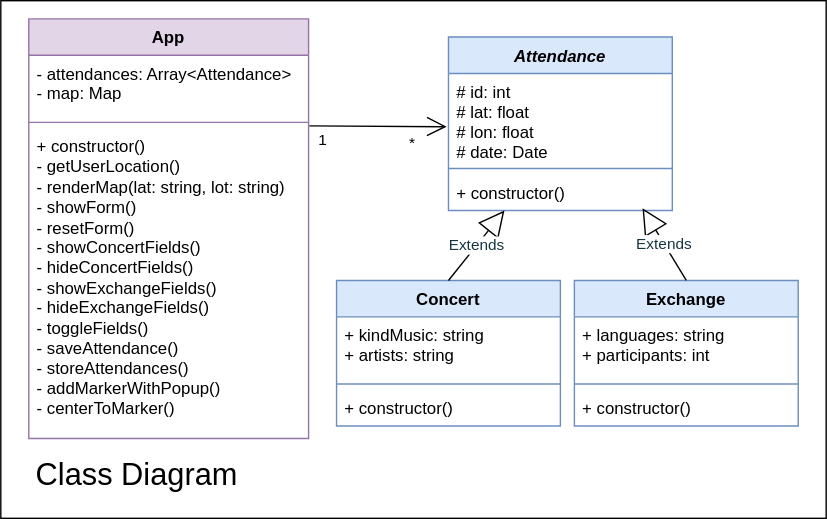
This is class-diagram.drawio.svg from josenavarrohub/vanilla-js-eventify, a draw.io export, as it was before one commit. Source tidied: cells renumbered, new cells last; positions are measured from the earlier drawing's top-left corner, leaving out a move shared by most shapes.
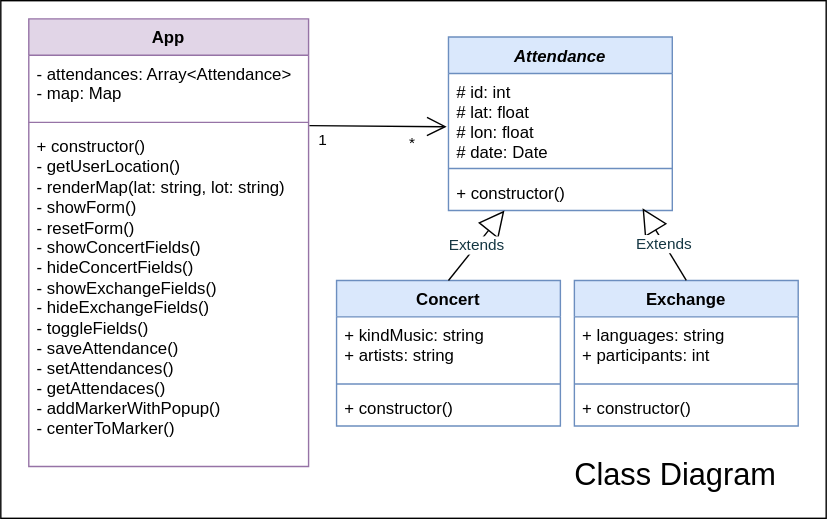
Above is the later version.

Diff of the diagram source:
```diff
@@ -6,7 +6,7 @@
       <mxGeometry width="590" height="370" as="geometry" />
     </mxCell>
     <mxCell id="3" value="Class Diagram" style="text;html=1;strokeColor=none;fillColor=none;align=center;verticalAlign=middle;whiteSpace=wrap;rounded=0;fontSize=22;" parent="1" vertex="1">
-      <mxGeometry x="10" y="320" width="175" height="40" as="geometry" />
+      <mxGeometry x="395" y="320" width="175" height="40" as="geometry" />
     </mxCell>
     <mxCell id="4" value="&lt;i&gt;Attendance&lt;/i&gt;" style="swimlane;fontStyle=1;align=center;verticalAlign=top;horizontal=1;startSize=26;whiteSpace=wrap;html=1;swimlaneLine=1;fillColor=#dae8fc;strokeColor=#6c8ebf;" parent="1" vertex="1">
       <mxGeometry x="320" y="26" width="160" height="124" as="geometry" />
@@ -51,7 +51,7 @@
       <mxGeometry relative="1" as="geometry" />
     </mxCell>
     <mxCell id="18" value="App" style="swimlane;fontStyle=1;align=center;verticalAlign=top;horizontal=1;startSize=26;whiteSpace=wrap;html=1;swimlaneLine=1;fillColor=#e1d5e7;strokeColor=#9673a6;" parent="1" vertex="1">
-      <mxGeometry x="20" y="13" width="200" height="300" as="geometry" />
+      <mxGeometry x="20" y="13" width="200" height="320" as="geometry" />
     </mxCell>
     <mxCell id="19" value="- attendances: Array&amp;lt;Attendance&amp;gt;&lt;br&gt;- map: Map" style="text;strokeColor=none;fillColor=none;align=left;verticalAlign=top;spacingLeft=4;spacingRight=4;overflow=hidden;whiteSpace=wrap;html=1;" parent="18" vertex="1">
       <mxGeometry y="26" width="200" height="44" as="geometry" />
@@ -59,8 +59,8 @@
     <mxCell id="20" style="line;strokeWidth=1;fillColor=none;align=left;verticalAlign=middle;spacingTop=-1;spacingLeft=3;spacingRight=3;labelPosition=right;strokeColor=inherit;" parent="18" vertex="1">
       <mxGeometry y="70" width="200" height="8" as="geometry" />
     </mxCell>
-    <mxCell id="21" value="+ constructor()&lt;br&gt;- getUserLocation()&lt;br&gt;- renderMap(lat: string, lot: string)&lt;br&gt;- showForm()&lt;br&gt;- resetForm()&lt;br&gt;- showConcertFields()&lt;br&gt;- hideConcertFields()&lt;br&gt;- showExchangeFields()&lt;br&gt;- hideExchangeFields()&lt;br&gt;- toggleFields()&lt;br&gt;- saveAttendance()&lt;br&gt;- storeAttendances()&lt;br&gt;-&amp;nbsp;addMarkerWithPopup()&lt;br&gt;- centerToMarker()" style="text;strokeColor=none;fillColor=none;align=left;verticalAlign=top;spacingLeft=4;spacingRight=4;overflow=hidden;points=[[0,0.5],[1,0.5]];portConstraint=eastwest;whiteSpace=wrap;html=1;" parent="18" vertex="1">
-      <mxGeometry y="78" width="200" height="222" as="geometry" />
+    <mxCell id="21" value="+ constructor()&lt;br&gt;- getUserLocation()&lt;br&gt;- renderMap(lat: string, lot: string)&lt;br&gt;- showForm()&lt;br&gt;- resetForm()&lt;br&gt;- showConcertFields()&lt;br&gt;- hideConcertFields()&lt;br&gt;- showExchangeFields()&lt;br&gt;- hideExchangeFields()&lt;br&gt;- toggleFields()&lt;br&gt;- saveAttendance()&lt;br&gt;- setAttendances()&lt;br&gt;- getAttendaces()&lt;br&gt;-&amp;nbsp;addMarkerWithPopup()&lt;br&gt;- centerToMarker()" style="text;strokeColor=none;fillColor=none;align=left;verticalAlign=top;spacingLeft=4;spacingRight=4;overflow=hidden;points=[[0,0.5],[1,0.5]];portConstraint=eastwest;whiteSpace=wrap;html=1;" parent="18" vertex="1">
+      <mxGeometry y="78" width="200" height="242" as="geometry" />
     </mxCell>
     <mxCell id="22" style="endArrow=open;endFill=1;endSize=12;html=1;rounded=0;exitX=1.003;exitY=-0.007;exitDx=0;exitDy=0;exitPerimeter=0;entryX=-0.008;entryY=0.595;entryDx=0;entryDy=0;entryPerimeter=0;" parent="1" edge="1" source="21" target="5">
       <mxGeometry relative="1" as="geometry" />
```
